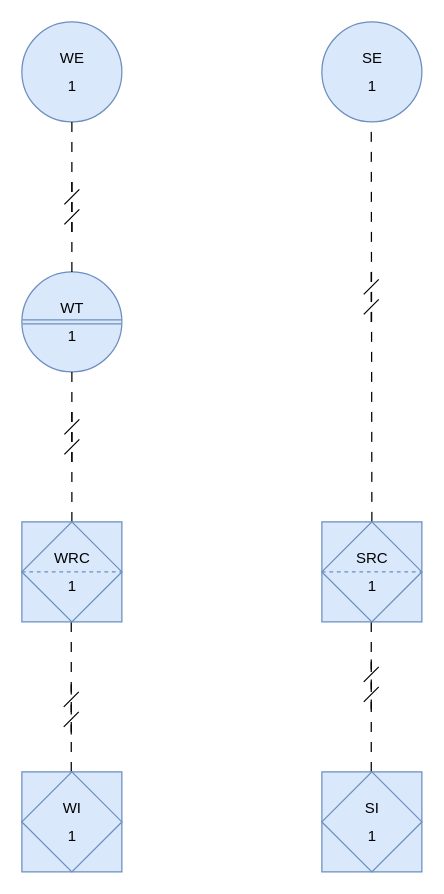
mggluscevic59/draw_io keeps this draw.io diagram as p&id.drawio. Above is the earlier version. Source tidied: cells renumbered, new cells numbered last; positions are measured from the earlier drawing's top-left corner, leaving out a move shared by most shapes. Both pictures are drawn from the tidied source at 125%, with x=0, y=0 at pixel (21, 21).
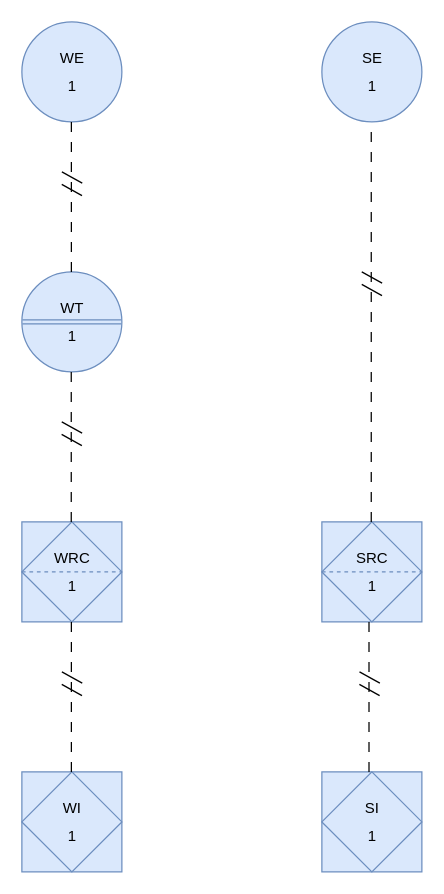
Above is the later version.

The change refers to these unchanged cells:
```xml
<mxCell id="2" value="&lt;table cellpadding=&quot;4&quot; cellspacing=&quot;0&quot; border=&quot;0&quot; style=&quot;font-size:1em;width:100%;height:100%;&quot;&gt;&lt;tbody&gt;&lt;tr&gt;&lt;td&gt;WE&lt;/td&gt;&lt;/tr&gt;&lt;tr&gt;&lt;td&gt;1&lt;/td&gt;&lt;/tr&gt;&lt;/tbody&gt;&lt;/table&gt; " style="html=1;outlineConnect=0;align=center;dashed=0;shape=mxgraph.pid2inst.discInst;mounting=field;direction=south;fillColor=#dae8fc;strokeColor=#6c8ebf;" parent="1" vertex="1">
  <mxGeometry width="80" height="80" as="geometry" />
</mxCell>
<mxCell id="3" value="&lt;table cellpadding=&quot;4&quot; cellspacing=&quot;0&quot; border=&quot;0&quot; style=&quot;font-size:1em;width:100%;height:100%;&quot;&gt;&lt;tbody&gt;&lt;tr&gt;&lt;td&gt;WT&lt;/td&gt;&lt;/tr&gt;&lt;tr&gt;&lt;td&gt;1&lt;/td&gt;&lt;/tr&gt;&lt;/tbody&gt;&lt;/table&gt; " style="html=1;outlineConnect=0;align=center;dashed=0;shape=mxgraph.pid2inst.discInst;mounting=local;fillColor=#dae8fc;strokeColor=#6c8ebf;" parent="1" vertex="1">
  <mxGeometry y="200" width="80" height="80" as="geometry" />
</mxCell>
```

What changed in the source:
```diff
@@
-    <mxCell id="5" style="endArrow=none;html=1;rounded=0;dashed=1;dashPattern=8 8;entryX=1;entryY=0.5;entryDx=0;entryDy=0;" parent="1" edge="1" source="3" target="2">
-      <mxGeometry relative="1" as="geometry" />
-    </mxCell>
-    <mxCell id="6" style="endArrow=dash;html=1;rounded=0;startArrow=dash;startFill=0;endFill=0;endSize=10;startSize=10;dashed=1;dashPattern=8 8;" parent="1" edge="1">
-      <mxGeometry relative="1" as="geometry">
-        <mxPoint x="40" y="168" as="sourcePoint" />
-        <mxPoint x="40" y="128" as="targetPoint" />
-        <Array as="points">
-          <mxPoint x="40" y="148" />
-        </Array>
-      </mxGeometry>
-    </mxCell>
-    <mxCell id="7" style="endArrow=none;html=1;rounded=0;entryX=0.5;entryY=1;entryDx=0;entryDy=0;dashed=1;dashPattern=8 8;" parent="1" edge="1" target="3">
-      <mxGeometry relative="1" as="geometry">
-        <mxPoint x="40" y="400" as="sourcePoint" />
-      </mxGeometry>
-    </mxCell>
-    <mxCell id="8" style="endArrow=none;html=1;rounded=0;entryX=0.5;entryY=1;entryDx=0;entryDy=0;dashed=1;dashPattern=8 8;exitX=0.5;exitY=0;exitDx=0;exitDy=0;" parent="1" edge="1">
-      <mxGeometry relative="1" as="geometry">
-        <mxPoint x="280" y="400" as="sourcePoint" />
-        <mxPoint x="279.5" y="80" as="targetPoint" />
-      </mxGeometry>
-    </mxCell>
-    <mxCell id="9" style="endArrow=none;html=1;rounded=0;entryX=0.5;entryY=1;entryDx=0;entryDy=0;dashed=1;dashPattern=8 8;" parent="1" edge="1">
-      <mxGeometry relative="1" as="geometry">
-        <mxPoint x="39.5" y="600" as="sourcePoint" />
-        <mxPoint x="39.5" y="480" as="targetPoint" />
-      </mxGeometry>
-    </mxCell>
-    <mxCell id="10" style="endArrow=none;html=1;rounded=0;entryX=0.5;entryY=1;entryDx=0;entryDy=0;dashed=1;dashPattern=8 8;" parent="1" edge="1">
-      <mxGeometry relative="1" as="geometry">
-        <mxPoint x="279.5" y="600" as="sourcePoint" />
-        <mxPoint x="279.5" y="480" as="targetPoint" />
-      </mxGeometry>
-    </mxCell>
-    <mxCell id="11" style="endArrow=dash;html=1;rounded=0;startArrow=dash;startFill=0;endFill=0;endSize=10;startSize=10;dashed=1;dashPattern=8 8;" parent="1" edge="1">
-      <mxGeometry relative="1" as="geometry">
-        <mxPoint x="279.5" y="240" as="sourcePoint" />
-        <mxPoint x="279.5" y="200" as="targetPoint" />
-        <Array as="points">
-          <mxPoint x="279.5" y="220" />
-        </Array>
-      </mxGeometry>
-    </mxCell>
-    <mxCell id="12" style="endArrow=dash;html=1;rounded=0;startArrow=dash;startFill=0;endFill=0;endSize=10;startSize=10;dashed=1;dashPattern=8 8;" parent="1" edge="1">
-      <mxGeometry relative="1" as="geometry">
-        <mxPoint x="40" y="352" as="sourcePoint" />
-        <mxPoint x="40" y="312" as="targetPoint" />
-        <Array as="points">
-          <mxPoint x="40" y="332" />
-        </Array>
-      </mxGeometry>
-    </mxCell>
-    <mxCell id="13" style="endArrow=dash;html=1;rounded=0;startArrow=dash;startFill=0;endFill=0;endSize=10;startSize=10;dashed=1;dashPattern=8 8;" parent="1" edge="1">
-      <mxGeometry relative="1" as="geometry">
-        <mxPoint x="39.5" y="570" as="sourcePoint" />
-        <mxPoint x="39.5" y="530" as="targetPoint" />
-        <Array as="points">
-          <mxPoint x="39.5" y="550" />
-        </Array>
-      </mxGeometry>
-    </mxCell>
-    <mxCell id="14" style="endArrow=dash;html=1;rounded=0;startArrow=dash;startFill=0;endFill=0;endSize=10;startSize=10;dashed=1;dashPattern=8 8;" parent="1" edge="1">
-      <mxGeometry relative="1" as="geometry">
-        <mxPoint x="279.5" y="550" as="sourcePoint" />
-        <mxPoint x="279.5" y="510" as="targetPoint" />
-        <Array as="points">
-          <mxPoint x="279.5" y="530" />
-        </Array>
-      </mxGeometry>
-    </mxCell>
@@
+    <mxCell id="19" style="group;" parent="1" vertex="1">
+      <mxGeometry x="31.9" y="480" width="16.4" height="120" as="geometry" />
+    </mxCell>
+    <mxCell id="20" style="endArrow=none;html=1;rounded=0;entryX=0.5;entryY=1;entryDx=0;entryDy=0;dashed=1;dashPattern=8 8;" parent="19" edge="1">
+      <mxGeometry relative="1" as="geometry">
+        <mxPoint x="7.7" y="120" as="sourcePoint" />
+        <mxPoint x="7.7" as="targetPoint" />
+      </mxGeometry>
+    </mxCell>
+    <mxCell id="21" style="endArrow=none;html=1;rounded=0;" parent="19" edge="1">
+      <mxGeometry relative="1" as="geometry">
+        <mxPoint x="0.1" y="40" as="sourcePoint" />
+        <mxPoint x="16.4" y="49" as="targetPoint" />
+      </mxGeometry>
+    </mxCell>
+    <mxCell id="22" style="endArrow=none;html=1;rounded=0;" parent="19" edge="1">
+      <mxGeometry relative="1" as="geometry">
+        <mxPoint y="50" as="sourcePoint" />
+        <mxPoint x="16.2" y="59" as="targetPoint" />
+      </mxGeometry>
+    </mxCell>
+    <mxCell id="23" style="group;" parent="1" vertex="1">
+      <mxGeometry x="31.8" y="280" width="16.4" height="120" as="geometry" />
+    </mxCell>
+    <mxCell id="24" style="endArrow=none;html=1;rounded=0;entryX=0.5;entryY=1;entryDx=0;entryDy=0;dashed=1;dashPattern=8 8;" parent="23" edge="1">
+      <mxGeometry relative="1" as="geometry">
+        <mxPoint x="7.7" y="120" as="sourcePoint" />
+        <mxPoint x="7.7" as="targetPoint" />
+      </mxGeometry>
+    </mxCell>
+    <mxCell id="25" style="endArrow=none;html=1;rounded=0;" parent="23" edge="1">
+      <mxGeometry relative="1" as="geometry">
+        <mxPoint x="0.1" y="40" as="sourcePoint" />
+        <mxPoint x="16.4" y="49" as="targetPoint" />
+      </mxGeometry>
+    </mxCell>
+    <mxCell id="26" style="endArrow=none;html=1;rounded=0;" parent="23" edge="1">
+      <mxGeometry relative="1" as="geometry">
+        <mxPoint y="50" as="sourcePoint" />
+        <mxPoint x="16.2" y="59" as="targetPoint" />
+      </mxGeometry>
+    </mxCell>
+    <mxCell id="27" style="group;" parent="1" vertex="1">
+      <mxGeometry x="270" y="480" width="16.4" height="120" as="geometry" />
+    </mxCell>
+    <mxCell id="28" style="endArrow=none;html=1;rounded=0;entryX=0.5;entryY=1;entryDx=0;entryDy=0;dashed=1;dashPattern=8 8;" parent="27" edge="1">
+      <mxGeometry relative="1" as="geometry">
+        <mxPoint x="7.7" y="120" as="sourcePoint" />
+        <mxPoint x="7.7" as="targetPoint" />
+      </mxGeometry>
+    </mxCell>
+    <mxCell id="29" style="endArrow=none;html=1;rounded=0;" parent="27" edge="1">
+      <mxGeometry relative="1" as="geometry">
+        <mxPoint x="0.1" y="40" as="sourcePoint" />
+        <mxPoint x="16.4" y="49" as="targetPoint" />
+      </mxGeometry>
+    </mxCell>
+    <mxCell id="30" style="endArrow=none;html=1;rounded=0;" parent="27" edge="1">
+      <mxGeometry relative="1" as="geometry">
+        <mxPoint y="50" as="sourcePoint" />
+        <mxPoint x="16.2" y="59" as="targetPoint" />
+      </mxGeometry>
+    </mxCell>
+    <mxCell id="31" style="group;" parent="1" vertex="1">
+      <mxGeometry x="271.9" y="80" width="16.3" height="320" as="geometry" />
+    </mxCell>
+    <mxCell id="32" style="endArrow=none;html=1;rounded=0;entryX=0.5;entryY=1;entryDx=0;entryDy=0;dashed=1;dashPattern=8 8;" parent="31" edge="1">
+      <mxGeometry relative="1" as="geometry">
+        <mxPoint x="7.6" y="320" as="sourcePoint" />
+        <mxPoint x="7.6" as="targetPoint" />
+      </mxGeometry>
+    </mxCell>
+    <mxCell id="33" style="endArrow=none;html=1;rounded=0;" parent="31" edge="1">
+      <mxGeometry relative="1" as="geometry">
+        <mxPoint y="120" as="sourcePoint" />
+        <mxPoint x="16.3" y="129" as="targetPoint" />
+      </mxGeometry>
+    </mxCell>
+    <mxCell id="34" style="endArrow=none;html=1;rounded=0;" parent="31" edge="1">
+      <mxGeometry relative="1" as="geometry">
+        <mxPoint y="130" as="sourcePoint" />
+        <mxPoint x="16.2" y="139" as="targetPoint" />
+      </mxGeometry>
+    </mxCell>
+    <mxCell id="35" style="group;" parent="1" vertex="1">
+      <mxGeometry x="31.9" y="80" width="16.4" height="120" as="geometry" />
+    </mxCell>
+    <mxCell id="36" style="endArrow=none;html=1;rounded=0;entryX=0.5;entryY=1;entryDx=0;entryDy=0;dashed=1;dashPattern=8 8;" parent="35" edge="1">
+      <mxGeometry relative="1" as="geometry">
+        <mxPoint x="7.7" y="120" as="sourcePoint" />
+        <mxPoint x="7.7" as="targetPoint" />
+      </mxGeometry>
+    </mxCell>
+    <mxCell id="37" style="endArrow=none;html=1;rounded=0;" parent="35" edge="1">
+      <mxGeometry relative="1" as="geometry">
+        <mxPoint x="0.1" y="40" as="sourcePoint" />
+        <mxPoint x="16.4" y="49" as="targetPoint" />
+      </mxGeometry>
+    </mxCell>
+    <mxCell id="38" style="endArrow=none;html=1;rounded=0;" parent="35" edge="1">
+      <mxGeometry relative="1" as="geometry">
+        <mxPoint y="50" as="sourcePoint" />
+        <mxPoint x="16.2" y="59" as="targetPoint" />
+      </mxGeometry>
+    </mxCell>
```
